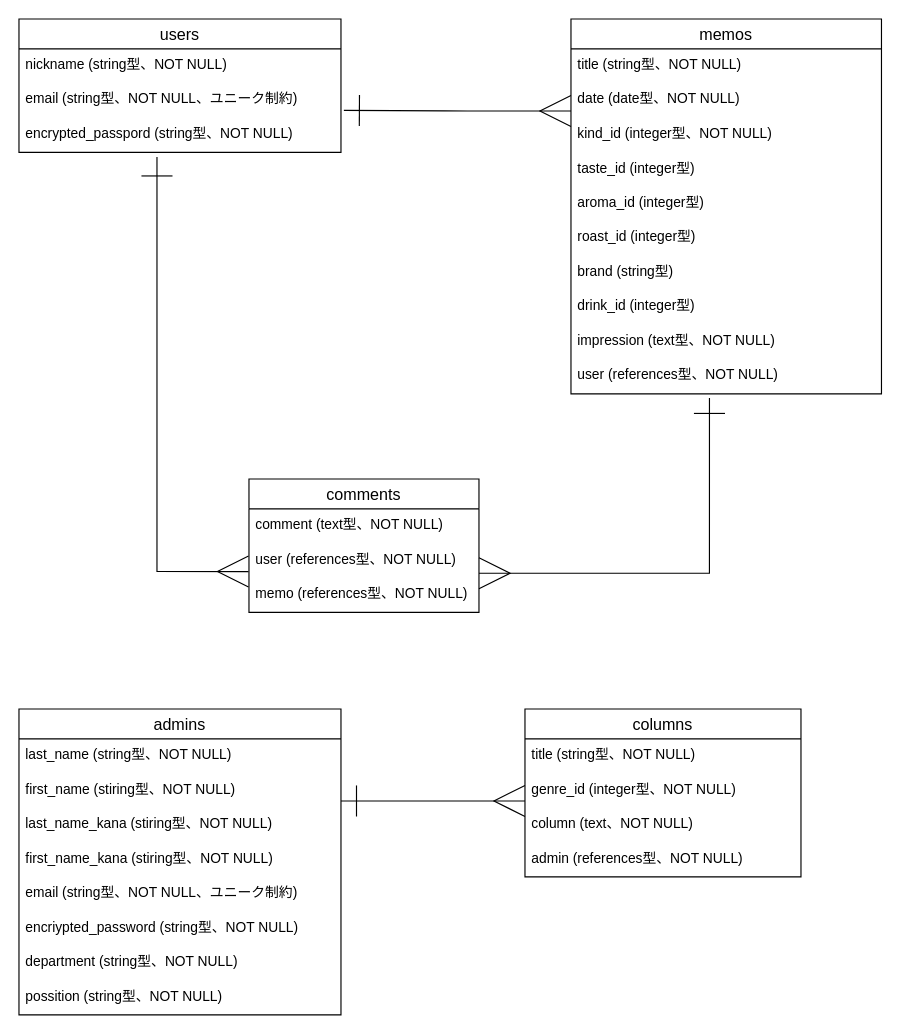
Earlier version of the draw.io diagram cafelog.dio (atsushi0610/cafe_log). Source tidied: cells renumbered, new cells numbered last; positions are measured from the earlier drawing's top-left corner, leaving out a move shared by most shapes. Both pictures are drawn from the tidied source at 115%, with x=0, y=0 at pixel (18, 18).
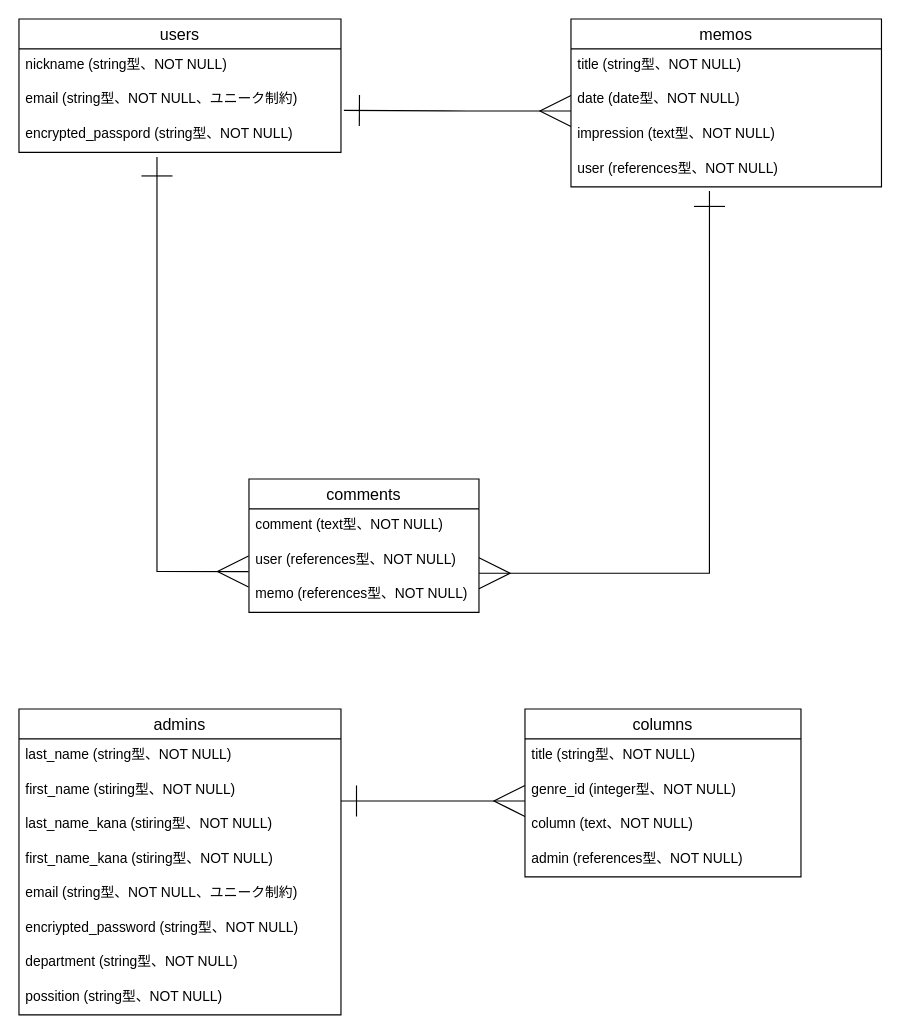
After the change.

Change to the diagram source:
```diff
@@
     <mxCell id="6" value="memos" style="swimlane;fontStyle=0;horizontal=1;startSize=26;align=center;fontSize=14;" parent="1" vertex="1">
-      <mxGeometry x="480" width="270" height="326" as="geometry" />
+      <mxGeometry x="480" width="270" height="146" as="geometry" />
     </mxCell>
@@
-    <mxCell id="9" value="kind_id (integer型、NOT NULL)" style="text;strokeColor=none;fillColor=none;spacingLeft=4;spacingRight=4;overflow=hidden;fontSize=12;" parent="6" vertex="1">
-      <mxGeometry y="86" width="270" height="30" as="geometry" />
-    </mxCell>
-    <mxCell id="10" value="taste_id (integer型)" style="text;strokeColor=none;fillColor=none;spacingLeft=4;spacingRight=4;overflow=hidden;fontSize=12;" parent="6" vertex="1">
-      <mxGeometry y="116" width="270" height="30" as="geometry" />
-    </mxCell>
-    <mxCell id="11" value="aroma_id (integer型)" style="text;strokeColor=none;fillColor=none;spacingLeft=4;spacingRight=4;overflow=hidden;fontSize=12;" parent="6" vertex="1">
-      <mxGeometry y="146" width="270" height="30" as="geometry" />
-    </mxCell>
-    <mxCell id="12" value="roast_id (integer型)" style="text;strokeColor=none;fillColor=none;spacingLeft=4;spacingRight=4;overflow=hidden;fontSize=12;" parent="6" vertex="1">
-      <mxGeometry y="176" width="270" height="30" as="geometry" />
-    </mxCell>
-    <mxCell id="13" value="brand (string型)" style="text;strokeColor=none;fillColor=none;spacingLeft=4;spacingRight=4;overflow=hidden;fontSize=12;" parent="6" vertex="1">
-      <mxGeometry y="206" width="270" height="30" as="geometry" />
-    </mxCell>
-    <mxCell id="14" value="drink_id (integer型)" style="text;strokeColor=none;fillColor=none;spacingLeft=4;spacingRight=4;overflow=hidden;fontSize=12;" parent="6" vertex="1">
-      <mxGeometry y="236" width="270" height="30" as="geometry" />
-    </mxCell>
     <mxCell id="15" value="impression (text型、NOT NULL)" style="text;strokeColor=none;fillColor=none;spacingLeft=4;spacingRight=4;overflow=hidden;fontSize=12;" parent="6" vertex="1">
-      <mxGeometry y="266" width="270" height="30" as="geometry" />
+      <mxGeometry y="86" width="270" height="30" as="geometry" />
     </mxCell>
     <mxCell id="16" value="user (references型、NOT NULL)" style="text;strokeColor=none;fillColor=none;spacingLeft=4;spacingRight=4;overflow=hidden;points=[[0,0.5],[1,0.5]];portConstraint=eastwest;fontSize=12;" parent="6" vertex="1">
-      <mxGeometry y="296" width="270" height="30" as="geometry" />
+      <mxGeometry y="116" width="270" height="30" as="geometry" />
     </mxCell>
```
